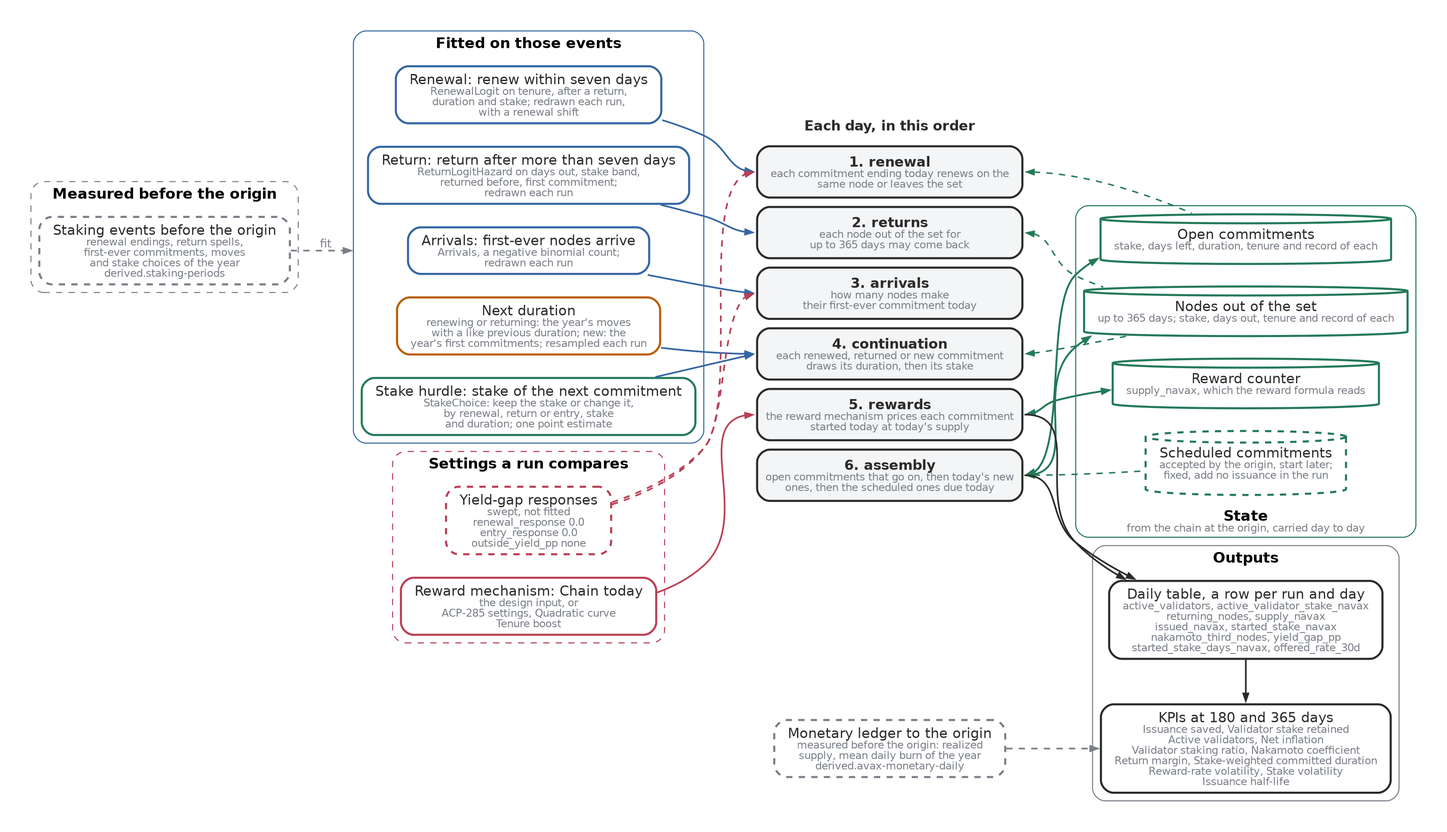
bonding-curves/avalanche-phase-ii-research keeps this Graphviz diagram as src/avalanche_research/model/images/v0.8-structure.png. Above is the earlier version. Its source is kept beside it as src/avalanche_research/model/images/v0.8-structure.dot. Its diagram source:
```dot
digraph fitted_lifecycle {
  graph [rankdir=LR, bgcolor="#ffffff", nodesep=0.3, ranksep=0.7, pad=0.3, fontname="DejaVu Sans", fontsize=14, newrank=true, compound=true];
  edge [fontname="DejaVu Sans", fontsize=11, fontcolor="#7a7f87"];
  subgraph cluster_inputs { label=<<B>Measured before the origin</B>>; fontname="DejaVu Sans"; color="#7a7f87"; style="rounded,dashed";
  "in:events" [label=<Staking events before the origin<BR/><FONT POINT-SIZE='10' COLOR='#7a7f87'>renewal endings, return spells,<BR/>first-ever commitments, moves<BR/>and stake choices of the year<BR/>derived.staking-periods</FONT>>, shape=box, style="rounded,dashed,filled", color="#7a7f87", fillcolor="#ffffff", penwidth=2, fontname="DejaVu Sans", fontsize=13, fontcolor="#2b2b2b", margin="0.18,0.08"];
  }
  subgraph cluster_fitted { label=<<B>Fitted on those events</B>>; fontname="DejaVu Sans"; color="#3566a3"; style=rounded;
  "block:renewal" [label=<Renewal: renew within seven days<BR/><FONT POINT-SIZE='10' COLOR='#7a7f87'>RenewalLogit on tenure, after a return,<BR/>duration and stake; redrawn each run,<BR/>with a renewal shift</FONT>>, shape=box, style="rounded,filled", color="#3566a3", fillcolor="#ffffff", penwidth=2, fontname="DejaVu Sans", fontsize=13, fontcolor="#2b2b2b", margin="0.18,0.08"];
  "block:returns" [label=<Return: return after more than seven days<BR/><FONT POINT-SIZE='10' COLOR='#7a7f87'>ReturnLogitHazard on days out, stake band,<BR/>returned before, first commitment;<BR/>redrawn each run</FONT>>, shape=box, style="rounded,filled", color="#3566a3", fillcolor="#ffffff", penwidth=2, fontname="DejaVu Sans", fontsize=13, fontcolor="#2b2b2b", margin="0.18,0.08"];
  "block:arrivals" [label=<Arrivals: first-ever nodes arrive<BR/><FONT POINT-SIZE='10' COLOR='#7a7f87'>Arrivals, a negative binomial count;<BR/>redrawn each run</FONT>>, shape=box, style="rounded,filled", color="#3566a3", fillcolor="#ffffff", penwidth=2, fontname="DejaVu Sans", fontsize=13, fontcolor="#2b2b2b", margin="0.18,0.08"];
  "block:durations" [label=<Next duration<BR/><FONT POINT-SIZE='10' COLOR='#7a7f87'>renewing or returning: the year's moves<BR/>with a like previous duration; new: the<BR/>year's first commitments; resampled each run</FONT>>, shape=box, style="rounded,filled", color="#b85c00", fillcolor="#ffffff", penwidth=2, fontname="DejaVu Sans", fontsize=13, fontcolor="#2b2b2b", margin="0.18,0.08"];
  "block:stake" [label=<Stake hurdle: stake of the next commitment<BR/><FONT POINT-SIZE='10' COLOR='#7a7f87'>StakeChoice: keep the stake or change it,<BR/>by renewal, return or entry, stake<BR/>and duration; one point estimate</FONT>>, shape=box, style="rounded,filled", color="#237a57", fillcolor="#ffffff", penwidth=2, fontname="DejaVu Sans", fontsize=13, fontcolor="#2b2b2b", margin="0.18,0.08"];
  }
  subgraph cluster_settings { label=<<B>Settings a run compares</B>>; fontname="DejaVu Sans"; color="#b84055"; style="rounded,dashed";
  "block:mechanism" [label=<Reward mechanism: Chain today<BR/><FONT POINT-SIZE='10' COLOR='#7a7f87'>the design input, or<BR/>ACP-285 settings, Quadratic curve<BR/>Tenure boost</FONT>>, shape=box, style="rounded,filled", color="#b84055", fillcolor="#ffffff", penwidth=2, fontname="DejaVu Sans", fontsize=13, fontcolor="#2b2b2b", margin="0.18,0.08"];
  "block:responses" [label=<Yield-gap responses<BR/><FONT POINT-SIZE='10' COLOR='#7a7f87'>swept, not fitted<BR/>renewal_response 0.0<BR/>entry_response 0.0<BR/>outside_yield_pp none</FONT>>, shape=box, style="rounded,dashed,filled", color="#b84055", fillcolor="#ffffff", penwidth=2, fontname="DejaVu Sans", fontsize=13, fontcolor="#2b2b2b", margin="0.18,0.08"];
  }
  "step" [shape=plain, label=<<TABLE BORDER="0" CELLBORDER="2" CELLSPACING="7"><TR><TD BORDER="0"><B>Each day, in this order</B></TD></TR><TR><TD PORT="renewal" STYLE="rounded" BGCOLOR="#f4f5f7" COLOR="#2b2b2b" CELLPADDING="7"><B>1. renewal</B><BR/><FONT POINT-SIZE='10' COLOR='#7a7f87'>each commitment ending today renews on the<BR/>same node or leaves the set</FONT></TD></TR><TR><TD PORT="returns" STYLE="rounded" BGCOLOR="#f4f5f7" COLOR="#2b2b2b" CELLPADDING="7"><B>2. returns</B><BR/><FONT POINT-SIZE='10' COLOR='#7a7f87'>each node out of the set for<BR/>up to 365 days may come back</FONT></TD></TR><TR><TD PORT="arrivals" STYLE="rounded" BGCOLOR="#f4f5f7" COLOR="#2b2b2b" CELLPADDING="7"><B>3. arrivals</B><BR/><FONT POINT-SIZE='10' COLOR='#7a7f87'>how many nodes make<BR/>their first-ever commitment today</FONT></TD></TR><TR><TD PORT="continuation" STYLE="rounded" BGCOLOR="#f4f5f7" COLOR="#2b2b2b" CELLPADDING="7"><B>4. continuation</B><BR/><FONT POINT-SIZE='10' COLOR='#7a7f87'>each renewed, returned or new commitment<BR/>draws its duration, then its stake</FONT></TD></TR><TR><TD PORT="rewards" STYLE="rounded" BGCOLOR="#f4f5f7" COLOR="#2b2b2b" CELLPADDING="7"><B>5. rewards</B><BR/><FONT POINT-SIZE='10' COLOR='#7a7f87'>the reward mechanism prices each commitment<BR/>started today at today's supply</FONT></TD></TR><TR><TD PORT="assembly" STYLE="rounded" BGCOLOR="#f4f5f7" COLOR="#2b2b2b" CELLPADDING="7"><B>6. assembly</B><BR/><FONT POINT-SIZE='10' COLOR='#7a7f87'>open commitments that go on, then today's new<BR/>ones, then the scheduled ones due today</FONT></TD></TR></TABLE>>, fontname="DejaVu Sans", fontsize=13, fontcolor="#2b2b2b"];
  subgraph cluster_state { label=<<B>State</B><BR/><FONT POINT-SIZE="10" COLOR="#7a7f87">from the chain at the origin, carried day to day</FONT>>; labelloc=b; fontname="DejaVu Sans"; color="#237a57"; style=rounded;
  "state:open" [label=<Open commitments<BR/><FONT POINT-SIZE='10' COLOR='#7a7f87'>stake, days left, duration, tenure and record of each</FONT>>, shape=cylinder, style="solid,filled", color="#237a57", fillcolor="#ffffff", penwidth=2, fontname="DejaVu Sans", fontsize=13, fontcolor="#2b2b2b", margin="0.18,0.08"];
  "state:out" [label=<Nodes out of the set<BR/><FONT POINT-SIZE='10' COLOR='#7a7f87'>up to 365 days; stake, days out, tenure and record of each</FONT>>, shape=cylinder, style="solid,filled", color="#237a57", fillcolor="#ffffff", penwidth=2, fontname="DejaVu Sans", fontsize=13, fontcolor="#2b2b2b", margin="0.18,0.08"];
  "state:supply" [label=<Reward counter<BR/><FONT POINT-SIZE='10' COLOR='#7a7f87'>supply_navax, which the reward formula reads</FONT>>, shape=cylinder, style="solid,filled", color="#237a57", fillcolor="#ffffff", penwidth=2, fontname="DejaVu Sans", fontsize=13, fontcolor="#2b2b2b", margin="0.18,0.08"];
  "state:scheduled" [label=<Scheduled commitments<BR/><FONT POINT-SIZE='10' COLOR='#7a7f87'>accepted by the origin, start later;<BR/>fixed, add no issuance in the run</FONT>>, shape=cylinder, style="solid,dashed,filled", color="#237a57", fillcolor="#ffffff", penwidth=2, fontname="DejaVu Sans", fontsize=13, fontcolor="#2b2b2b", margin="0.18,0.08"];
  }
  subgraph cluster_out { label=<<B>Outputs</B>>; fontname="DejaVu Sans"; color="#7a7f87"; style=rounded;
  "out:daily" [label=<Daily table, a row per run and day<BR/><FONT POINT-SIZE='10' COLOR='#7a7f87'>active_validators, active_validator_stake_navax<BR/>returning_nodes, supply_navax<BR/>issued_navax, started_stake_navax<BR/>nakamoto_third_nodes, yield_gap_pp<BR/>started_stake_days_navax, offered_rate_30d</FONT>>, shape=box, style="rounded,filled", color="#2b2b2b", fillcolor="#ffffff", penwidth=2, fontname="DejaVu Sans", fontsize=13, fontcolor="#2b2b2b", margin="0.18,0.08"];
  "out:kpis" [label=<KPIs at 180 and 365 days<BR/><FONT POINT-SIZE='10' COLOR='#7a7f87'>Issuance saved, Validator stake retained<BR/>Active validators, Net inflation<BR/>Validator staking ratio, Nakamoto coefficient<BR/>Return margin, Stake-weighted committed duration<BR/>Reward-rate volatility, Stake volatility<BR/>Issuance half-life</FONT>>, shape=box, style="rounded,filled", color="#2b2b2b", fillcolor="#ffffff", penwidth=2, fontname="DejaVu Sans", fontsize=13, fontcolor="#2b2b2b", margin="0.18,0.08"];
  }
  "in:ledger" [label=<Monetary ledger to the origin<BR/><FONT POINT-SIZE='10' COLOR='#7a7f87'>measured before the origin: realized<BR/>supply, mean daily burn of the year<BR/>derived.avax-monetary-daily</FONT>>, shape=box, style="rounded,dashed,filled", color="#7a7f87", fillcolor="#ffffff", penwidth=2, fontname="DejaVu Sans", fontsize=13, fontcolor="#2b2b2b", margin="0.18,0.08"];
  { rank=same; "out:daily"; "out:kpis"; }
  "in:events" -> "block:arrivals" [lhead=cluster_fitted, color="#7a7f87", style=dashed, penwidth=1.6, arrowsize=0.7, label=" fit "];
  "block:renewal" -> "step":"renewal":w [color="#3566a3", penwidth=1.6, arrowsize=0.7, style=solid];
  "block:responses" -> "step":"renewal":w [color="#b84055", penwidth=1.6, arrowsize=0.7, style=dashed];
  "block:responses" -> "step":"arrivals":w [color="#b84055", penwidth=1.6, arrowsize=0.7, style=dashed];
  "block:returns" -> "step":"returns":w [color="#3566a3", penwidth=1.6, arrowsize=0.7, style=solid];
  "block:arrivals" -> "step":"arrivals":w [color="#3566a3", penwidth=1.6, arrowsize=0.7, style=solid];
  "block:durations" -> "step":"continuation":w [color="#3566a3", penwidth=1.6, arrowsize=0.7, style=solid];
  "block:stake" -> "step":"continuation":w [color="#3566a3", penwidth=1.6, arrowsize=0.7, style=solid];
  "block:mechanism" -> "step":"rewards":w [color="#b84055", penwidth=1.6, arrowsize=0.7, style=solid];
  "step":"assembly":e -> "state:scheduled" [color="#237a57", penwidth=1.4, arrowsize=0.7, style=dashed, dir=back];
  "step":"renewal":e -> "state:open" [color="#237a57", penwidth=1.4, arrowsize=0.7, style=dashed, dir=back];
  "step":"returns":e -> "state:out" [color="#237a57", penwidth=1.4, arrowsize=0.7, style=dashed, dir=back];
  "step":"continuation":e -> "state:out" [color="#237a57", penwidth=1.4, arrowsize=0.7, style=dashed, dir=back];
  "step":"rewards":e -> "state:supply" [color="#237a57", penwidth=1.8, arrowsize=0.7, dir=both];
  "step":"assembly":e -> "state:open" [color="#237a57", penwidth=1.8, arrowsize=0.7, dir=both];
  "step":"assembly":e -> "state:out" [color="#237a57", penwidth=1.8, arrowsize=0.7, dir=both];
  "step":"rewards":e -> "out:daily" [color="#2b2b2b", penwidth=1.6, arrowsize=0.7];
  "step":"assembly":e -> "out:daily" [color="#2b2b2b", penwidth=1.6, arrowsize=0.7];
  "out:kpis" -> "out:daily" [color="#2b2b2b", penwidth=1.6, arrowsize=0.7, dir=back];
  "in:ledger" -> "out:kpis" [color="#7a7f87", penwidth=1.6, style=dashed, arrowsize=0.7];
}
```
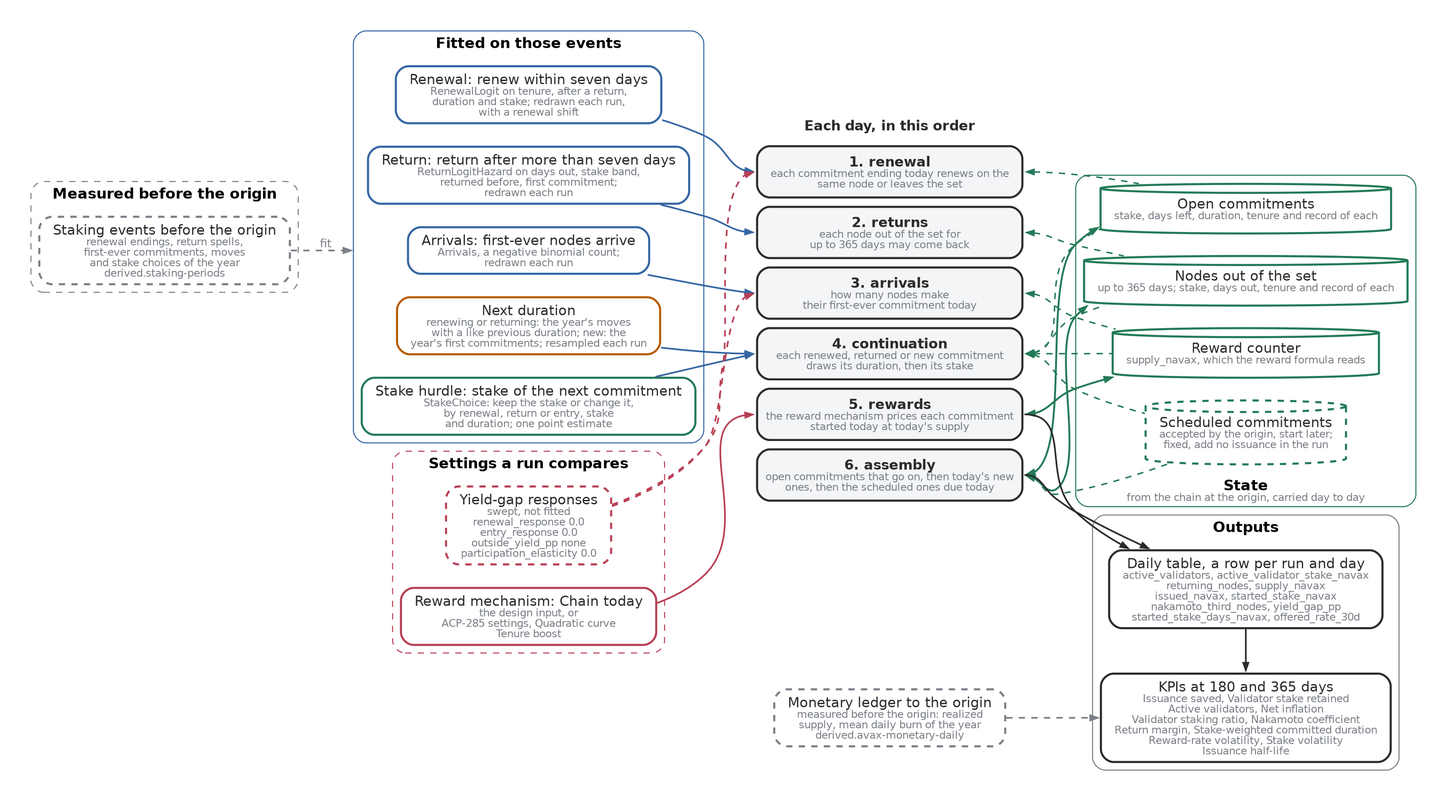
The same file after the commit.

The edit, as a diff of the source:
```diff
@@ -13,7 +13,7 @@
   }
   subgraph cluster_settings { label=<<B>Settings a run compares</B>>; fontname="DejaVu Sans"; color="#b84055"; style="rounded,dashed";
   "block:mechanism" [label=<Reward mechanism: Chain today<BR/><FONT POINT-SIZE='10' COLOR='#7a7f87'>the design input, or<BR/>ACP-285 settings, Quadratic curve<BR/>Tenure boost</FONT>>, shape=box, style="rounded,filled", color="#b84055", fillcolor="#ffffff", penwidth=2, fontname="DejaVu Sans", fontsize=13, fontcolor="#2b2b2b", margin="0.18,0.08"];
-  "block:responses" [label=<Yield-gap responses<BR/><FONT POINT-SIZE='10' COLOR='#7a7f87'>swept, not fitted<BR/>renewal_response 0.0<BR/>entry_response 0.0<BR/>outside_yield_pp none</FONT>>, shape=box, style="rounded,dashed,filled", color="#b84055", fillcolor="#ffffff", penwidth=2, fontname="DejaVu Sans", fontsize=13, fontcolor="#2b2b2b", margin="0.18,0.08"];
+  "block:responses" [label=<Yield-gap responses<BR/><FONT POINT-SIZE='10' COLOR='#7a7f87'>swept, not fitted<BR/>renewal_response 0.0<BR/>entry_response 0.0<BR/>outside_yield_pp none<BR/>participation_elasticity 0.0</FONT>>, shape=box, style="rounded,dashed,filled", color="#b84055", fillcolor="#ffffff", penwidth=2, fontname="DejaVu Sans", fontsize=13, fontcolor="#2b2b2b", margin="0.18,0.08"];
   }
   "step" [shape=plain, label=<<TABLE BORDER="0" CELLBORDER="2" CELLSPACING="7"><TR><TD BORDER="0"><B>Each day, in this order</B></TD></TR><TR><TD PORT="renewal" STYLE="rounded" BGCOLOR="#f4f5f7" COLOR="#2b2b2b" CELLPADDING="7"><B>1. renewal</B><BR/><FONT POINT-SIZE='10' COLOR='#7a7f87'>each commitment ending today renews on the<BR/>same node or leaves the set</FONT></TD></TR><TR><TD PORT="returns" STYLE="rounded" BGCOLOR="#f4f5f7" COLOR="#2b2b2b" CELLPADDING="7"><B>2. returns</B><BR/><FONT POINT-SIZE='10' COLOR='#7a7f87'>each node out of the set for<BR/>up to 365 days may come back</FONT></TD></TR><TR><TD PORT="arrivals" STYLE="rounded" BGCOLOR="#f4f5f7" COLOR="#2b2b2b" CELLPADDING="7"><B>3. arrivals</B><BR/><FONT POINT-SIZE='10' COLOR='#7a7f87'>how many nodes make<BR/>their first-ever commitment today</FONT></TD></TR><TR><TD PORT="continuation" STYLE="rounded" BGCOLOR="#f4f5f7" COLOR="#2b2b2b" CELLPADDING="7"><B>4. continuation</B><BR/><FONT POINT-SIZE='10' COLOR='#7a7f87'>each renewed, returned or new commitment<BR/>draws its duration, then its stake</FONT></TD></TR><TR><TD PORT="rewards" STYLE="rounded" BGCOLOR="#f4f5f7" COLOR="#2b2b2b" CELLPADDING="7"><B>5. rewards</B><BR/><FONT POINT-SIZE='10' COLOR='#7a7f87'>the reward mechanism prices each commitment<BR/>started today at today's supply</FONT></TD></TR><TR><TD PORT="assembly" STYLE="rounded" BGCOLOR="#f4f5f7" COLOR="#2b2b2b" CELLPADDING="7"><B>6. assembly</B><BR/><FONT POINT-SIZE='10' COLOR='#7a7f87'>open commitments that go on, then today's new<BR/>ones, then the scheduled ones due today</FONT></TD></TR></TABLE>>, fontname="DejaVu Sans", fontsize=13, fontcolor="#2b2b2b"];
   subgraph cluster_state { label=<<B>State</B><BR/><FONT POINT-SIZE="10" COLOR="#7a7f87">from the chain at the origin, carried day to day</FONT>>; labelloc=b; fontname="DejaVu Sans"; color="#237a57"; style=rounded;
@@ -35,12 +35,16 @@
   "block:returns" -> "step":"returns":w [color="#3566a3", penwidth=1.6, arrowsize=0.7, style=solid];
   "block:arrivals" -> "step":"arrivals":w [color="#3566a3", penwidth=1.6, arrowsize=0.7, style=solid];
   "block:durations" -> "step":"continuation":w [color="#3566a3", penwidth=1.6, arrowsize=0.7, style=solid];
+  "step":"continuation":e -> "state:scheduled" [color="#237a57", penwidth=1.4, arrowsize=0.7, style=dashed, dir=back];
+  "step":"assembly":e -> "state:scheduled" [color="#237a57", penwidth=1.4, arrowsize=0.7, style=dashed, dir=back];
   "block:stake" -> "step":"continuation":w [color="#3566a3", penwidth=1.6, arrowsize=0.7, style=solid];
   "block:mechanism" -> "step":"rewards":w [color="#b84055", penwidth=1.6, arrowsize=0.7, style=solid];
-  "step":"assembly":e -> "state:scheduled" [color="#237a57", penwidth=1.4, arrowsize=0.7, style=dashed, dir=back];
   "step":"renewal":e -> "state:open" [color="#237a57", penwidth=1.4, arrowsize=0.7, style=dashed, dir=back];
   "step":"returns":e -> "state:out" [color="#237a57", penwidth=1.4, arrowsize=0.7, style=dashed, dir=back];
+  "step":"arrivals":e -> "state:supply" [color="#237a57", penwidth=1.4, arrowsize=0.7, style=dashed, dir=back];
+  "step":"continuation":e -> "state:open" [color="#237a57", penwidth=1.4, arrowsize=0.7, style=dashed, dir=back];
   "step":"continuation":e -> "state:out" [color="#237a57", penwidth=1.4, arrowsize=0.7, style=dashed, dir=back];
+  "step":"continuation":e -> "state:supply" [color="#237a57", penwidth=1.4, arrowsize=0.7, style=dashed, dir=back];
   "step":"rewards":e -> "state:supply" [color="#237a57", penwidth=1.8, arrowsize=0.7, dir=both];
   "step":"assembly":e -> "state:open" [color="#237a57", penwidth=1.8, arrowsize=0.7, dir=both];
   "step":"assembly":e -> "state:out" [color="#237a57", penwidth=1.8, arrowsize=0.7, dir=both];
```
